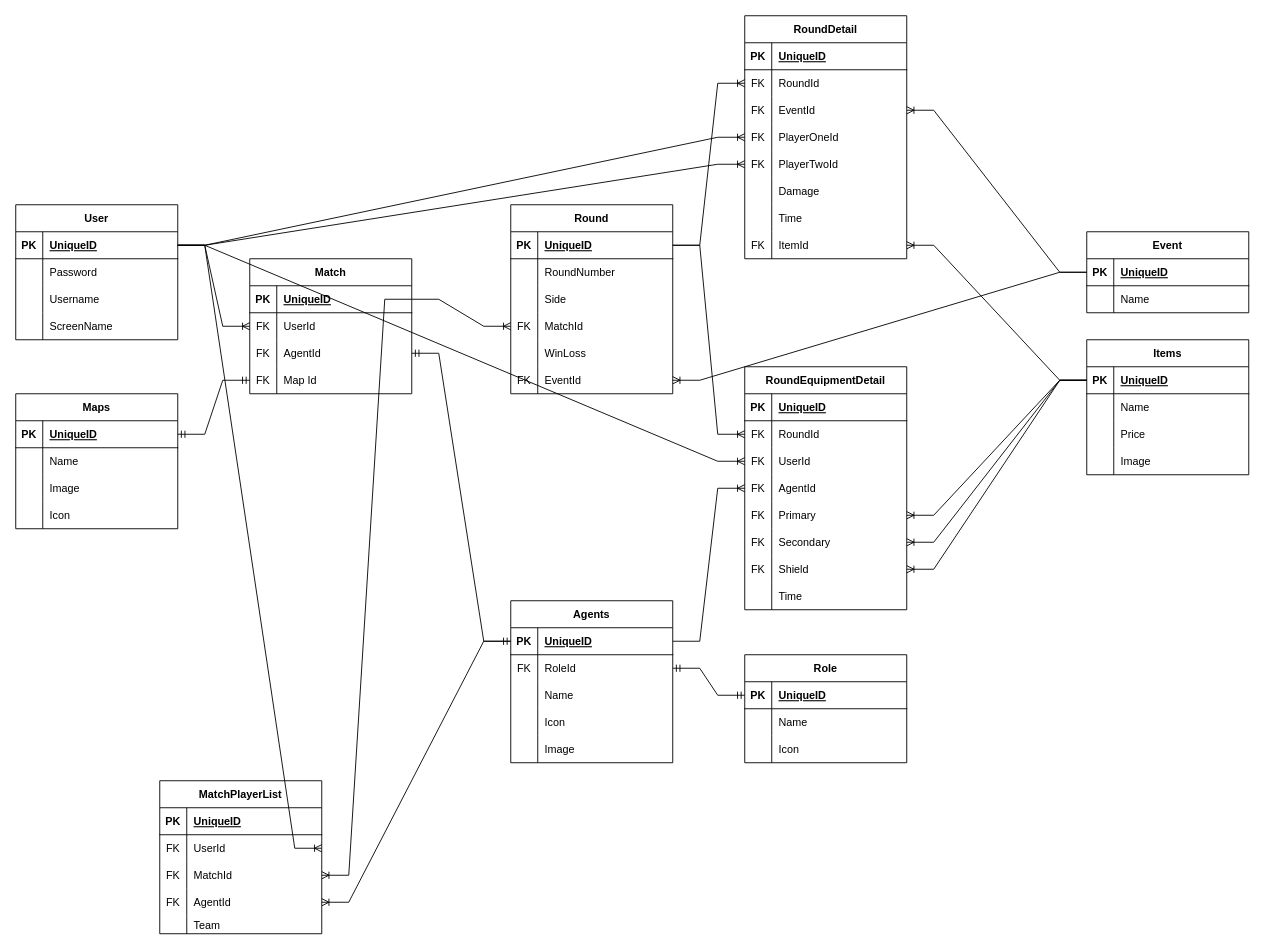
Sckorpeo/project_elephant keeps this draw.io diagram as ERD/Valorant Data Model.drawio. Above is the earlier version. Source tidied: cells renumbered, new cells numbered last; positions are measured from the earlier drawing's top-left corner, leaving out a move shared by most shapes. Both pictures are drawn from the tidied source at 90%, with x=0, y=0 at pixel (15, 15).
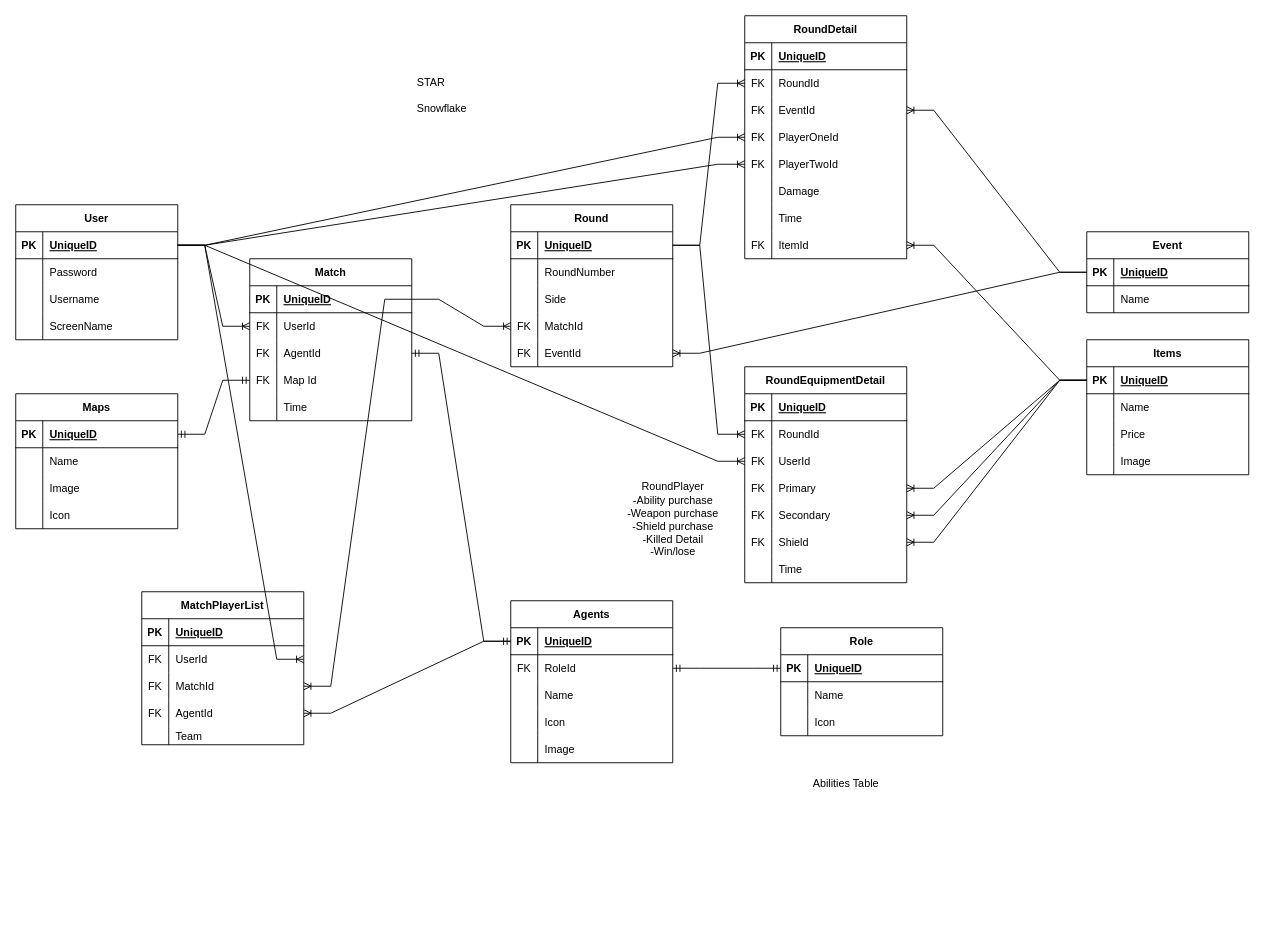
The same page after the edit.

The change refers to these unchanged cells:
```xml
<mxCell id="16" style="shape=tableRow;horizontal=0;startSize=0;swimlaneHead=0;swimlaneBody=0;fillColor=none;points=[[0,0.5],[1,0.5]];portConstraint=eastwest;top=0;left=0;right=0;bottom=1;" parent="15" vertex="1">
  <mxGeometry y="30" width="180" height="30" as="geometry" />
</mxCell>
```

The edit, as a diff of the source:
```diff
@@
     <mxCell id="31" value="Role" style="shape=table;startSize=30;childLayout=tableLayout;rowLines=0;fontStyle=1;align=center;" parent="1" vertex="1">
-      <mxGeometry x="810" y="710" width="180" height="120" as="geometry" />
+      <mxGeometry x="850" y="680" width="180" height="120" as="geometry" />
     </mxCell>
@@
     <mxCell id="55" value="Match" style="shape=table;startSize=30;childLayout=tableLayout;rowLines=0;fontStyle=1;align=center;" parent="1" vertex="1">
-      <mxGeometry x="260" y="270" width="180" height="150" as="geometry" />
+      <mxGeometry x="260" y="270" width="180" height="180" as="geometry" />
     </mxCell>
@@
+    <mxCell id="84" style="shape=tableRow;horizontal=0;startSize=0;swimlaneHead=0;swimlaneBody=0;fillColor=none;top=0;left=0;right=0;bottom=0;" parent="55" vertex="1">
+      <mxGeometry y="150" width="180" height="30" as="geometry" />
+    </mxCell>
+    <mxCell id="192" style="shape=partialRectangle;fillColor=none;top=0;left=0;bottom=0;right=0;fontStyle=0;overflow=hidden;" parent="84" vertex="1">
+      <mxGeometry width="30" height="30" as="geometry" />
+    </mxCell>
+    <mxCell id="193" value="Time" style="shape=partialRectangle;fillColor=none;top=0;left=0;bottom=0;right=0;align=left;spacingLeft=6;fontStyle=0;overflow=hidden;" parent="84" vertex="1">
+      <mxGeometry x="30" width="150" height="30" as="geometry" />
+    </mxCell>
@@
     <mxCell id="71" value="Round" style="shape=table;startSize=30;childLayout=tableLayout;rowLines=0;fontStyle=1;align=center;" parent="1" vertex="1">
-      <mxGeometry x="550" y="210" width="180" height="210" as="geometry" />
+      <mxGeometry x="550" y="210" width="180" height="180" as="geometry" />
     </mxCell>
@@
-    <mxCell id="84" style="shape=tableRow;horizontal=0;startSize=0;swimlaneHead=0;swimlaneBody=0;fillColor=none;top=0;left=0;right=0;bottom=0;" parent="71" vertex="1">
-      <mxGeometry y="150" width="180" height="30" as="geometry" />
-    </mxCell>
-    <mxCell id="85" style="shape=partialRectangle;fillColor=none;top=0;left=0;bottom=0;right=0;overflow=hidden;" parent="84" vertex="1">
-      <mxGeometry width="30" height="30" as="geometry" />
-    </mxCell>
-    <mxCell id="86" value="WinLoss" style="shape=partialRectangle;fillColor=none;top=0;left=0;bottom=0;right=0;align=left;spacingLeft=6;overflow=hidden;" parent="84" vertex="1">
-      <mxGeometry x="30" width="150" height="30" as="geometry" />
-    </mxCell>
     <mxCell id="87" style="shape=tableRow;horizontal=0;startSize=0;swimlaneHead=0;swimlaneBody=0;fillColor=none;points=[[0,0.5],[1,0.5]];portConstraint=eastwest;top=0;left=0;right=0;bottom=0;" parent="71" vertex="1">
-      <mxGeometry y="180" width="180" height="30" as="geometry" />
+      <mxGeometry y="150" width="180" height="30" as="geometry" />
     </mxCell>
@@
     <mxCell id="138" value="RoundEquipmentDetail" style="shape=table;startSize=30;childLayout=tableLayout;rowLines=0;fontStyle=1;align=center;" parent="1" vertex="1">
-      <mxGeometry x="810" y="390" width="180" height="270" as="geometry" />
+      <mxGeometry x="810" y="390" width="180" height="240" as="geometry" />
     </mxCell>
@@
-    <mxCell id="148" style="shape=tableRow;horizontal=0;startSize=0;swimlaneHead=0;swimlaneBody=0;fillColor=none;points=[[0,0.5],[1,0.5]];portConstraint=eastwest;top=0;left=0;right=0;bottom=0;" parent="138" vertex="1">
-      <mxGeometry y="120" width="180" height="30" as="geometry" />
-    </mxCell>
-    <mxCell id="149" value="FK" style="shape=partialRectangle;fillColor=none;top=0;left=0;bottom=0;right=0;overflow=hidden;" parent="148" vertex="1">
-      <mxGeometry width="30" height="30" as="geometry" />
-    </mxCell>
-    <mxCell id="150" value="AgentId" style="shape=partialRectangle;fillColor=none;top=0;left=0;bottom=0;right=0;align=left;spacingLeft=6;overflow=hidden;" parent="148" vertex="1">
-      <mxGeometry x="30" width="150" height="30" as="geometry" />
-    </mxCell>
     <mxCell id="151" style="shape=tableRow;horizontal=0;startSize=0;swimlaneHead=0;swimlaneBody=0;fillColor=none;points=[[0,0.5],[1,0.5]];portConstraint=eastwest;top=0;left=0;right=0;bottom=0;" parent="138" vertex="1">
-      <mxGeometry y="150" width="180" height="30" as="geometry" />
+      <mxGeometry y="120" width="180" height="30" as="geometry" />
     </mxCell>
@@
     <mxCell id="154" style="shape=tableRow;horizontal=0;startSize=0;swimlaneHead=0;swimlaneBody=0;fillColor=none;points=[[0,0.5],[1,0.5]];portConstraint=eastwest;top=0;left=0;right=0;bottom=0;" parent="138" vertex="1">
-      <mxGeometry y="180" width="180" height="30" as="geometry" />
+      <mxGeometry y="150" width="180" height="30" as="geometry" />
     </mxCell>
@@
     <mxCell id="157" style="shape=tableRow;horizontal=0;startSize=0;swimlaneHead=0;swimlaneBody=0;fillColor=none;points=[[0,0.5],[1,0.5]];portConstraint=eastwest;top=0;left=0;right=0;bottom=0;" parent="138" vertex="1">
-      <mxGeometry y="210" width="180" height="30" as="geometry" />
+      <mxGeometry y="180" width="180" height="30" as="geometry" />
     </mxCell>
@@
     <mxCell id="160" style="shape=tableRow;horizontal=0;startSize=0;swimlaneHead=0;swimlaneBody=0;fillColor=none;top=0;left=0;right=0;bottom=0;" parent="138" vertex="1">
-      <mxGeometry y="240" width="180" height="30" as="geometry" />
+      <mxGeometry y="210" width="180" height="30" as="geometry" />
     </mxCell>
@@
-    <mxCell id="163" style="edgeStyle=entityRelationEdgeStyle;fontSize=12;html=1;endArrow=ERoneToMany;rounded=0;entryX=0;entryY=0.5;entryDx=0;entryDy=0;exitX=1;exitY=0.5;exitDx=0;exitDy=0;" parent="1" edge="1" source="16" target="148">
-      <mxGeometry relative="1" as="geometry" />
-    </mxCell>
@@
     <mxCell id="169" value="MatchPlayerList" style="shape=table;startSize=30;childLayout=tableLayout;rowLines=0;fontStyle=1;align=center;" parent="1" vertex="1">
-      <mxGeometry x="160" y="850" width="180" height="170" as="geometry" />
+      <mxGeometry x="140" y="640" width="180" height="170" as="geometry" />
     </mxCell>
@@
+    <mxCell id="194" value="STAR" style="text;strokeColor=none;fillColor=none;spacingLeft=4;spacingRight=4;overflow=hidden;fontSize=12;" parent="1" vertex="1">
+      <mxGeometry x="440" y="60" width="40" height="30" as="geometry" />
+    </mxCell>
+    <mxCell id="195" value="Snowflake&#10;" style="text;strokeColor=none;fillColor=none;spacingLeft=4;spacingRight=4;overflow=hidden;fontSize=12;" parent="1" vertex="1">
+      <mxGeometry x="440" y="90" width="130" height="30" as="geometry" />
+    </mxCell>
+    <mxCell id="196" value="Abilities Table" style="text;strokeColor=none;fillColor=none;spacingLeft=4;spacingRight=4;overflow=hidden;fontSize=12;" parent="1" vertex="1">
+      <mxGeometry x="880" y="840" width="90" height="30" as="geometry" />
+    </mxCell>
+    <mxCell id="197" value="RoundPlayer&lt;br&gt;-Ability purchase&lt;br&gt;-Weapon purchase&lt;br&gt;-Shield purchase&lt;br&gt;-Killed Detail&lt;br&gt;-Win/lose" style="text;html=1;align=center;verticalAlign=middle;strokeColor=none;fillColor=none;" parent="1" vertex="1">
+      <mxGeometry x="670" y="510" width="120" height="100" as="geometry" />
+    </mxCell>
```
